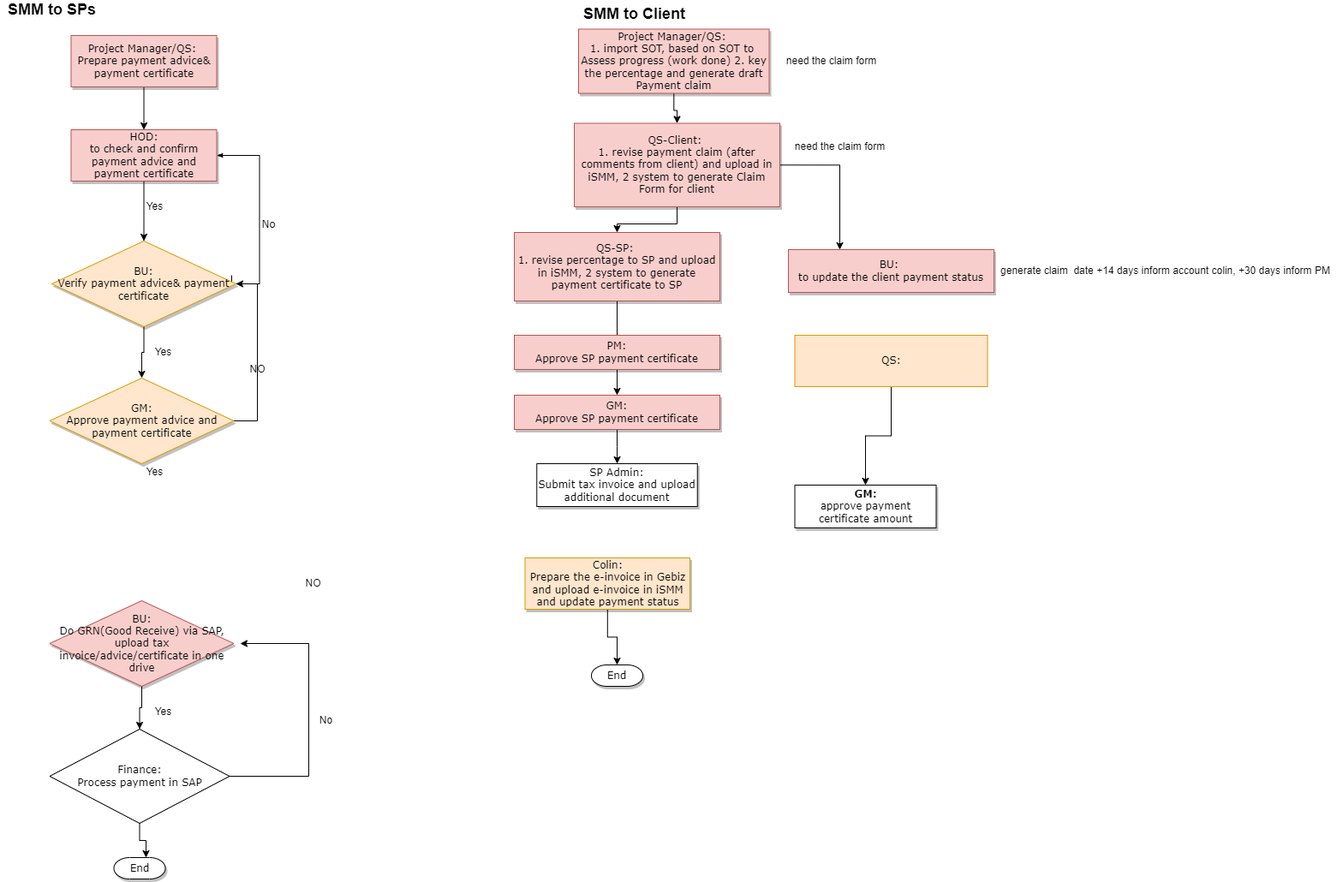
Before: Project Finance Flow.drawio.png, a diagram exported from draw.io (wenna0306/Temp-repo). Source tidied: cells renumbered, new cells last; positions are measured from the earlier drawing's top-left corner, leaving out a move shared by most shapes.
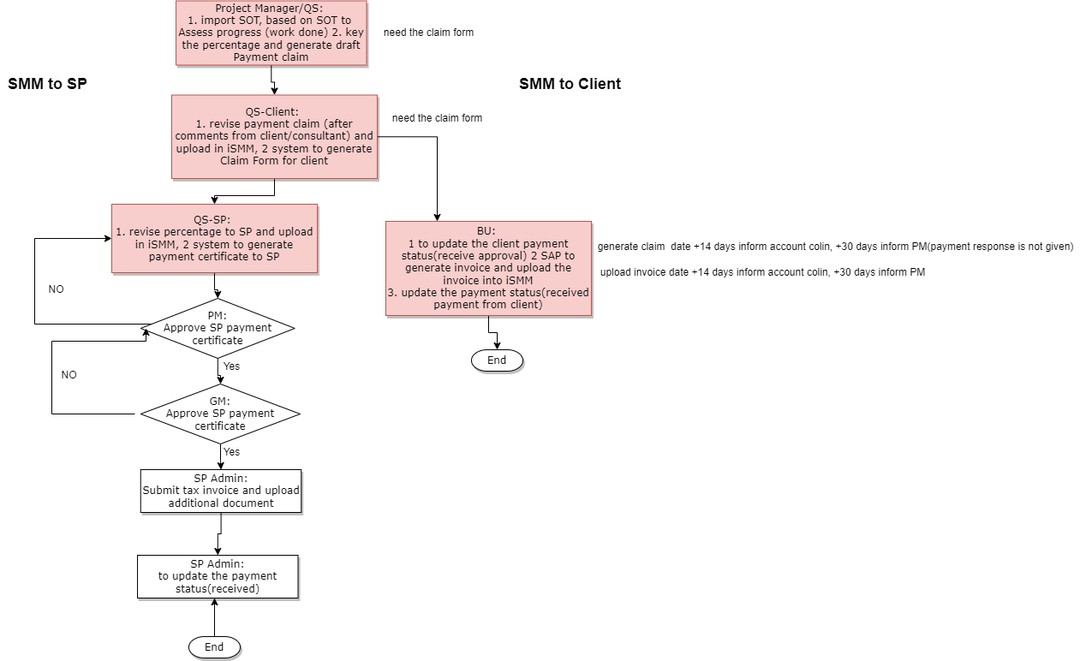
Later version of the same file.

The edit, as a diff of the source:
```diff
@@ -2,44 +2,14 @@
   <root>
     <mxCell id="0" />
     <mxCell id="1" parent="0" />
-    <mxCell id="2" style="edgeStyle=orthogonalEdgeStyle;rounded=0;jettySize=auto;html=1;fontSize=12;" parent="1" edge="1" source="3" target="11">
-      <mxGeometry relative="1" as="geometry" />
-    </mxCell>
-    <mxCell id="3" value="Project Manager/QS: &lt;br style=&quot;font-size: 12px;&quot;&gt;Prepare payment advice&amp;amp; payment certificate" style="rounded=0;whiteSpace=wrap;html=1;shadow=1;labelBackgroundColor=none;strokeWidth=1;fontFamily=Verdana;fontSize=12;align=center;fillColor=#f8cecc;strokeColor=#b85450;" parent="1" vertex="1">
-      <mxGeometry x="82.5" y="40" width="170" height="60" as="geometry" />
-    </mxCell>
-    <mxCell id="4" value="No" style="edgeStyle=orthogonalEdgeStyle;rounded=0;html=1;labelBackgroundColor=none;startSize=5;endArrow=classicThin;endFill=1;endSize=5;jettySize=auto;strokeWidth=1;fontFamily=Verdana;fontSize=12;entryX=1;entryY=0.5;entryDx=0;entryDy=0;" parent="1" edge="1" target="11">
-      <mxGeometry x="-0.08" y="-10" relative="1" as="geometry">
-        <mxPoint x="270" y="320" as="sourcePoint" />
-        <Array as="points">
-          <mxPoint x="302.5" y="330" />
-          <mxPoint x="302.5" y="180" />
-        </Array>
-      </mxGeometry>
-    </mxCell>
-    <mxCell id="5" style="edgeStyle=orthogonalEdgeStyle;rounded=0;jettySize=auto;html=1;" parent="1" edge="1" source="6" target="26">
-      <mxGeometry relative="1" as="geometry" />
-    </mxCell>
-    <mxCell id="6" value="BU:&lt;br style=&quot;font-size: 12px;&quot;&gt;Verify payment advice&amp;amp; payment certificate" style="rhombus;whiteSpace=wrap;html=1;rounded=0;shadow=1;labelBackgroundColor=none;strokeWidth=1;fontFamily=Verdana;fontSize=12;align=center;fillColor=#ffe6cc;strokeColor=#d79b00;" parent="1" vertex="1">
-      <mxGeometry x="60" y="280" width="215" height="100" as="geometry" />
-    </mxCell>
+    <mxCell id="47" style="edgeStyle=orthogonalEdgeStyle;rounded=0;jettySize=auto;html=1;" parent="1" edge="1" source="7" target="52">
+      <mxGeometry relative="1" as="geometry" />
+    </mxCell>
     <mxCell id="7" value="SP Admin:&lt;br style=&quot;font-size: 12px;&quot;&gt;Submit tax invoice and upload additional document" style="whiteSpace=wrap;html=1;rounded=0;shadow=1;labelBackgroundColor=none;strokeWidth=1;fontFamily=Verdana;fontSize=12;align=center;" parent="1" vertex="1">
-      <mxGeometry x="626.2" y="540" width="187.5" height="50" as="geometry" />
+      <mxGeometry x="633.8" y="580" width="187.5" height="50" as="geometry" />
     </mxCell>
-    <mxCell id="8" value="End" style="strokeWidth=1;html=1;shape=mxgraph.flowchart.terminator;whiteSpace=wrap;rounded=0;shadow=1;labelBackgroundColor=none;fontFamily=Verdana;fontSize=12;align=center;" parent="1" vertex="1">
-      <mxGeometry x="132.5" y="1000" width="60" height="25" as="geometry" />
-    </mxCell>
-    <mxCell id="9" value="&lt;font style=&quot;font-size: 18px;&quot;&gt;&lt;b&gt;SMM to SPs&lt;/b&gt;&lt;/font&gt;" style="text;html=1;align=center;verticalAlign=middle;strokeColor=none;fillColor=none;" parent="1" vertex="1">
-      <mxGeometry width="120" height="20" as="geometry" />
-    </mxCell>
-    <mxCell id="10" style="edgeStyle=orthogonalEdgeStyle;rounded=0;jettySize=auto;html=1;fontSize=12;" parent="1" edge="1" source="11" target="6">
-      <mxGeometry relative="1" as="geometry" />
-    </mxCell>
-    <mxCell id="11" value="HOD:&lt;br&gt;to check and confirm payment advice and payment certificate" style="rounded=0;whiteSpace=wrap;html=1;shadow=1;labelBackgroundColor=none;strokeWidth=1;fontFamily=Verdana;fontSize=12;align=center;fillColor=#f8cecc;strokeColor=#b85450;" parent="1" vertex="1">
-      <mxGeometry x="82.5" y="150" width="170" height="60" as="geometry" />
-    </mxCell>
     <mxCell id="12" value="&lt;font style=&quot;font-size: 18px;&quot;&gt;&lt;b&gt;SMM to Client&lt;/b&gt;&lt;/font&gt;" style="text;html=1;align=center;verticalAlign=middle;strokeColor=none;fillColor=none;" parent="1" vertex="1">
-      <mxGeometry x="675" y="5" width="130" height="20" as="geometry" />
+      <mxGeometry x="1070" y="120" width="130" height="20" as="geometry" />
     </mxCell>
     <mxCell id="13" style="edgeStyle=orthogonalEdgeStyle;rounded=0;jettySize=auto;html=1;" parent="1" edge="1" source="14" target="38">
       <mxGeometry relative="1" as="geometry" />
@@ -47,114 +17,98 @@
     <mxCell id="14" value="Project Manager/QS: &lt;br&gt;1. import SOT, based on SOT to&amp;nbsp;&lt;br style=&quot;font-size: 12px;&quot;&gt;Assess progress (work done) 2. key the percentage and generate draft Payment claim" style="rounded=0;whiteSpace=wrap;html=1;shadow=1;labelBackgroundColor=none;strokeWidth=1;fontFamily=Verdana;fontSize=12;align=center;fillColor=#f8cecc;strokeColor=#b85450;" parent="1" vertex="1">
       <mxGeometry x="675" y="32.5" width="222.5" height="75" as="geometry" />
     </mxCell>
-    <mxCell id="15" style="edgeStyle=orthogonalEdgeStyle;rounded=0;jettySize=auto;html=1;" parent="1" edge="1" source="16" target="17">
-      <mxGeometry relative="1" as="geometry" />
-    </mxCell>
-    <mxCell id="16" value="Colin:&lt;br style=&quot;font-size: 12px;&quot;&gt;Prepare the e-invoice in Gebiz and upload e-invoice in iSMM&lt;br&gt;and update payment status" style="whiteSpace=wrap;html=1;rounded=0;shadow=1;labelBackgroundColor=none;strokeWidth=1;fontFamily=Verdana;fontSize=12;align=center;fillColor=#ffe6cc;strokeColor=#d79b00;" parent="1" vertex="1">
-      <mxGeometry x="612.5" y="650" width="192.5" height="60" as="geometry" />
-    </mxCell>
+    <mxCell id="48" style="edgeStyle=orthogonalEdgeStyle;rounded=0;jettySize=auto;html=1;exitX=0.5;exitY=0;exitDx=0;exitDy=0;exitPerimeter=0;" parent="1" edge="1" source="17">
+      <mxGeometry relative="1" as="geometry">
+        <mxPoint x="720" y="730" as="targetPoint" />
+      </mxGeometry>
+    </mxCell>
     <mxCell id="17" value="End" style="strokeWidth=1;html=1;shape=mxgraph.flowchart.terminator;whiteSpace=wrap;rounded=0;shadow=1;labelBackgroundColor=none;fontFamily=Verdana;fontSize=12;align=center;" parent="1" vertex="1">
       <mxGeometry x="690" y="775" width="60" height="25" as="geometry" />
     </mxCell>
-    <mxCell id="18" style="edgeStyle=orthogonalEdgeStyle;rounded=0;jettySize=auto;html=1;" parent="1" edge="1" source="19" target="23">
-      <mxGeometry relative="1" as="geometry" />
-    </mxCell>
-    <mxCell id="19" value="&lt;font face=&quot;Verdana&quot;&gt;QS:&lt;br&gt;&lt;/font&gt;" style="rounded=0;whiteSpace=wrap;html=1;fontSize=12;fillColor=#ffe6cc;strokeColor=#d79b00;" parent="1" vertex="1">
-      <mxGeometry x="927.5" y="390" width="225" height="60" as="geometry" />
-    </mxCell>
-    <mxCell id="20" value="NO" style="text;html=1;align=center;verticalAlign=middle;strokeColor=none;fillColor=none;" parent="1" vertex="1">
-      <mxGeometry x="350" y="670" width="30" height="20" as="geometry" />
-    </mxCell>
-    <mxCell id="21" value="No" style="text;html=1;align=center;verticalAlign=middle;strokeColor=none;fillColor=none;" parent="1" vertex="1">
-      <mxGeometry x="365" y="830" width="30" height="20" as="geometry" />
-    </mxCell>
     <mxCell id="22" value="need the claim form" style="text;html=1;align=center;verticalAlign=middle;strokeColor=none;fillColor=none;" parent="1" vertex="1">
       <mxGeometry x="910" y="60" width="120" height="20" as="geometry" />
     </mxCell>
-    <mxCell id="23" value="GM:&lt;br&gt;&lt;span style=&quot;font-weight: normal;&quot;&gt;approve payment certificate amount&lt;/span&gt;" style="whiteSpace=wrap;html=1;rounded=0;shadow=1;labelBackgroundColor=none;strokeWidth=1;fontFamily=Verdana;fontSize=12;align=center;spacing=6;fontStyle=1;" parent="1" vertex="1">
-      <mxGeometry x="927.5" y="565" width="165" height="50" as="geometry" />
-    </mxCell>
-    <mxCell id="24" value="Yes" style="text;html=1;align=center;verticalAlign=middle;strokeColor=none;fillColor=none;" parent="1" vertex="1">
-      <mxGeometry x="170" y="400" width="40" height="20" as="geometry" />
-    </mxCell>
-    <mxCell id="25" style="edgeStyle=orthogonalEdgeStyle;rounded=0;jettySize=auto;html=1;entryX=1;entryY=0.5;entryDx=0;entryDy=0;" parent="1" edge="1" source="26" target="6">
-      <mxGeometry relative="1" as="geometry">
-        <Array as="points">
-          <mxPoint x="300" y="490" />
-          <mxPoint x="300" y="330" />
-        </Array>
-      </mxGeometry>
-    </mxCell>
-    <mxCell id="26" value="GM:&lt;br&gt;Approve payment advice and payment certificate" style="rhombus;whiteSpace=wrap;html=1;rounded=0;shadow=1;labelBackgroundColor=none;strokeWidth=1;fontFamily=Verdana;fontSize=12;align=center;fillColor=#ffe6cc;strokeColor=#d79b00;" parent="1" vertex="1">
-      <mxGeometry x="57.5" y="440" width="215" height="100" as="geometry" />
-    </mxCell>
-    <mxCell id="27" value="NO" style="text;html=1;align=center;verticalAlign=middle;strokeColor=none;fillColor=none;" parent="1" vertex="1">
-      <mxGeometry x="285" y="420" width="30" height="20" as="geometry" />
-    </mxCell>
-    <mxCell id="28" value="Yes" style="text;html=1;align=center;verticalAlign=middle;strokeColor=none;fillColor=none;" parent="1" vertex="1">
-      <mxGeometry x="160" y="540" width="40" height="20" as="geometry" />
-    </mxCell>
-    <mxCell id="29" value="BU:&lt;br&gt;Do GRN(Good Receive) via SAP, upload tax invoice/advice/certificate in one drive" style="rhombus;whiteSpace=wrap;html=1;rounded=0;shadow=1;labelBackgroundColor=none;strokeWidth=1;fontFamily=Verdana;fontSize=12;align=center;fillColor=#f8cecc;strokeColor=#b85450;" parent="1" vertex="1">
-      <mxGeometry x="57.5" y="700" width="215" height="100" as="geometry" />
-    </mxCell>
-    <mxCell id="30" style="edgeStyle=orthogonalEdgeStyle;rounded=0;jettySize=auto;html=1;exitX=0.5;exitY=1;exitDx=0;exitDy=0;" parent="1" edge="1" source="29" target="34">
-      <mxGeometry relative="1" as="geometry" />
-    </mxCell>
-    <mxCell id="31" value="Yes" style="text;html=1;align=center;verticalAlign=middle;strokeColor=none;fillColor=none;" parent="1" vertex="1">
-      <mxGeometry x="170" y="820" width="40" height="20" as="geometry" />
-    </mxCell>
-    <mxCell id="32" style="edgeStyle=orthogonalEdgeStyle;rounded=0;jettySize=auto;html=1;" parent="1" edge="1" source="34">
-      <mxGeometry relative="1" as="geometry">
-        <mxPoint x="280" y="750" as="targetPoint" />
-        <Array as="points">
-          <mxPoint x="360" y="905" />
-          <mxPoint x="360" y="750" />
-        </Array>
-      </mxGeometry>
-    </mxCell>
-    <mxCell id="33" style="edgeStyle=orthogonalEdgeStyle;rounded=0;jettySize=auto;html=1;" parent="1" edge="1" source="34">
-      <mxGeometry relative="1" as="geometry">
-        <mxPoint x="170" y="1000" as="targetPoint" />
-      </mxGeometry>
-    </mxCell>
-    <mxCell id="34" value="&lt;span style=&quot;font-family: Verdana;&quot;&gt;Finance:&lt;/span&gt;&lt;br style=&quot;font-family: Verdana;&quot;&gt;&lt;span style=&quot;font-family: Verdana;&quot;&gt;Process payment in SAP&lt;/span&gt;" style="rhombus;whiteSpace=wrap;html=1;" parent="1" vertex="1">
-      <mxGeometry x="57.5" y="850" width="210" height="110" as="geometry" />
-    </mxCell>
-    <mxCell id="35" value="Yes" style="text;html=1;align=center;verticalAlign=middle;strokeColor=none;fillColor=none;" parent="1" vertex="1">
-      <mxGeometry x="160" y="230" width="40" height="20" as="geometry" />
-    </mxCell>
     <mxCell id="36" style="edgeStyle=orthogonalEdgeStyle;rounded=0;jettySize=auto;html=1;exitX=1;exitY=0.5;exitDx=0;exitDy=0;entryX=0.25;entryY=0;entryDx=0;entryDy=0;" parent="1" edge="1" source="38" target="43">
       <mxGeometry relative="1" as="geometry" />
     </mxCell>
     <mxCell id="37" style="edgeStyle=orthogonalEdgeStyle;rounded=0;jettySize=auto;html=1;" parent="1" edge="1" source="38" target="40">
       <mxGeometry relative="1" as="geometry" />
     </mxCell>
-    <mxCell id="38" value="QS-Client: &lt;br&gt;1. revise payment claim (after comments from client) and upload in iSMM, 2 system to generate Claim Form for client" style="rounded=0;whiteSpace=wrap;html=1;shadow=1;labelBackgroundColor=none;strokeWidth=1;fontFamily=Verdana;fontSize=12;align=center;fillColor=#f8cecc;strokeColor=#b85450;" parent="1" vertex="1">
+    <mxCell id="38" value="QS-Client: &lt;br&gt;1. revise payment claim (after comments from client/consultant) and upload in iSMM, 2 system to generate Claim Form for client" style="rounded=0;whiteSpace=wrap;html=1;shadow=1;labelBackgroundColor=none;strokeWidth=1;fontFamily=Verdana;fontSize=12;align=center;fillColor=#f8cecc;strokeColor=#b85450;" parent="1" vertex="1">
       <mxGeometry x="670" y="142.5" width="240" height="97.5" as="geometry" />
     </mxCell>
-    <mxCell id="39" style="edgeStyle=orthogonalEdgeStyle;rounded=0;jettySize=auto;html=1;" parent="1" edge="1" source="40" target="46">
-      <mxGeometry relative="1" as="geometry" />
-    </mxCell>
+    <mxCell id="49" style="edgeStyle=orthogonalEdgeStyle;rounded=0;jettySize=auto;html=1;entryX=0.5;entryY=0;entryDx=0;entryDy=0;" parent="1" edge="1" source="40" target="41">
+      <mxGeometry relative="1" as="geometry" />
+    </mxCell>
     <mxCell id="40" value="QS-SP: &lt;br&gt;1. revise percentage to SP and upload in iSMM, 2 system to generate payment certificate to SP" style="rounded=0;whiteSpace=wrap;html=1;shadow=1;labelBackgroundColor=none;strokeWidth=1;fontFamily=Verdana;fontSize=12;align=center;fillColor=#f8cecc;strokeColor=#b85450;" parent="1" vertex="1">
       <mxGeometry x="600" y="270" width="240" height="80" as="geometry" />
     </mxCell>
-    <mxCell id="41" value="PM:&lt;br&gt;Approve SP payment certificate" style="rounded=0;whiteSpace=wrap;html=1;shadow=1;labelBackgroundColor=none;strokeWidth=1;fontFamily=Verdana;fontSize=12;align=center;fillColor=#f8cecc;strokeColor=#b85450;" parent="1" vertex="1">
-      <mxGeometry x="600" y="390" width="240" height="40" as="geometry" />
-    </mxCell>
-    <mxCell id="42" value="generate claim&amp;nbsp; date +14 days inform account colin, +30 days inform PM" style="text;html=1;align=center;verticalAlign=middle;strokeColor=none;fillColor=none;" parent="1" vertex="1">
-      <mxGeometry x="1160" y="305" width="400" height="20" as="geometry" />
+    <mxCell id="42" value="generate claim&amp;nbsp; date +14 days inform account colin, +30 days inform PM(payment response is not given)" style="text;html=1;align=center;verticalAlign=middle;strokeColor=none;fillColor=none;" parent="1" vertex="1">
+      <mxGeometry x="1160" y="310" width="570" height="20" as="geometry" />
     </mxCell>
+    <mxCell id="50" style="edgeStyle=orthogonalEdgeStyle;rounded=0;jettySize=auto;html=1;" parent="1" edge="1" source="43" target="8">
+      <mxGeometry relative="1" as="geometry" />
+    </mxCell>
-    <mxCell id="43" value="BU: &lt;br&gt;to update the client payment status" style="rounded=0;whiteSpace=wrap;html=1;shadow=1;labelBackgroundColor=none;strokeWidth=1;fontFamily=Verdana;fontSize=12;align=center;fillColor=#f8cecc;strokeColor=#b85450;" parent="1" vertex="1">
-      <mxGeometry x="920" y="290" width="240" height="50" as="geometry" />
+    <mxCell id="43" value="BU: &lt;br&gt;1 to update the client payment status(receive approval) 2 SAP to generate invoice and upload the invoice into iSMM&lt;br&gt;3. update the payment status(received payment from client)" style="rounded=0;whiteSpace=wrap;html=1;shadow=1;labelBackgroundColor=none;strokeWidth=1;fontFamily=Verdana;fontSize=12;align=center;fillColor=#f8cecc;strokeColor=#b85450;" parent="1" vertex="1">
+      <mxGeometry x="920" y="290" width="240" height="110" as="geometry" />
     </mxCell>
     <mxCell id="44" value="need the claim form" style="text;html=1;align=center;verticalAlign=middle;strokeColor=none;fillColor=none;" parent="1" vertex="1">
       <mxGeometry x="920" y="160" width="120" height="20" as="geometry" />
     </mxCell>
+    <mxCell id="51" value="upload invoice date +14 days inform account colin, +30 days inform PM" style="text;html=1;align=center;verticalAlign=middle;strokeColor=none;fillColor=none;" parent="1" vertex="1">
+      <mxGeometry x="1160" y="340" width="400" height="20" as="geometry" />
+    </mxCell>
+    <mxCell id="8" value="End" style="strokeWidth=1;html=1;shape=mxgraph.flowchart.terminator;whiteSpace=wrap;rounded=0;shadow=1;labelBackgroundColor=none;fontFamily=Verdana;fontSize=12;align=center;" parent="1" vertex="1">
+      <mxGeometry x="1020" y="440" width="60" height="25" as="geometry" />
+    </mxCell>
+    <mxCell id="52" value="SP Admin:&lt;br&gt;to update the payment status(received)" style="whiteSpace=wrap;html=1;rounded=0;shadow=1;labelBackgroundColor=none;strokeWidth=1;fontFamily=Verdana;fontSize=12;align=center;" parent="1" vertex="1">
+      <mxGeometry x="630" y="680" width="187.5" height="50" as="geometry" />
+    </mxCell>
+    <mxCell id="53" style="edgeStyle=orthogonalEdgeStyle;rounded=0;jettySize=auto;html=1;" parent="1" edge="1" source="41" target="46">
+      <mxGeometry relative="1" as="geometry" />
+    </mxCell>
+    <mxCell id="54" style="edgeStyle=orthogonalEdgeStyle;rounded=0;jettySize=auto;html=1;entryX=0;entryY=0.5;entryDx=0;entryDy=0;" parent="1" edge="1" source="41" target="40">
+      <mxGeometry relative="1" as="geometry">
+        <Array as="points">
+          <mxPoint x="510" y="410" />
+          <mxPoint x="510" y="310" />
+        </Array>
+      </mxGeometry>
+    </mxCell>
+    <mxCell id="41" value="&lt;span style=&quot;font-family: Verdana;&quot;&gt;PM:&lt;/span&gt;&lt;br style=&quot;font-family: Verdana;&quot;&gt;&lt;span style=&quot;font-family: Verdana;&quot;&gt;Approve SP payment certificate&lt;/span&gt;" style="rhombus;whiteSpace=wrap;html=1;" parent="1" vertex="1">
+      <mxGeometry x="633.8" y="380" width="180" height="70" as="geometry" />
+    </mxCell>
     <mxCell id="45" style="edgeStyle=orthogonalEdgeStyle;rounded=0;jettySize=auto;html=1;" parent="1" edge="1" source="46" target="7">
       <mxGeometry relative="1" as="geometry" />
     </mxCell>
+    <mxCell id="55" style="edgeStyle=orthogonalEdgeStyle;rounded=0;orthogonalLoop=1;jettySize=auto;html=1;" parent="1" edge="1">
+      <mxGeometry relative="1" as="geometry">
+        <mxPoint x="627" y="515" as="sourcePoint" />
+        <mxPoint x="640" y="415" as="targetPoint" />
+        <Array as="points">
+          <mxPoint x="530" y="515" />
+          <mxPoint x="530" y="430" />
+          <mxPoint x="640" y="430" />
+        </Array>
+      </mxGeometry>
+    </mxCell>
-    <mxCell id="46" value="GM:&lt;br&gt;Approve SP payment certificate" style="rounded=0;whiteSpace=wrap;html=1;shadow=1;labelBackgroundColor=none;strokeWidth=1;fontFamily=Verdana;fontSize=12;align=center;fillColor=#f8cecc;strokeColor=#b85450;" parent="1" vertex="1">
-      <mxGeometry x="600" y="460" width="240" height="40" as="geometry" />
+    <mxCell id="46" value="&lt;span style=&quot;font-family: Verdana;&quot;&gt;GM:&lt;/span&gt;&lt;br style=&quot;font-family: Verdana;&quot;&gt;&lt;span style=&quot;font-family: Verdana;&quot;&gt;Approve SP payment certificate&lt;/span&gt;" style="rhombus;whiteSpace=wrap;html=1;" parent="1" vertex="1">
+      <mxGeometry x="633.8" y="480" width="186.2" height="70" as="geometry" />
     </mxCell>
+    <mxCell id="56" value="Yes" style="text;html=1;align=center;verticalAlign=middle;strokeColor=none;fillColor=none;" parent="1" vertex="1">
+      <mxGeometry x="720" y="450" width="40" height="20" as="geometry" />
+    </mxCell>
+    <mxCell id="57" value="Yes" style="text;html=1;align=center;verticalAlign=middle;strokeColor=none;fillColor=none;" parent="1" vertex="1">
+      <mxGeometry x="720" y="550" width="40" height="20" as="geometry" />
+    </mxCell>
+    <mxCell id="58" value="NO" style="text;html=1;align=center;verticalAlign=middle;strokeColor=none;fillColor=none;" parent="1" vertex="1">
+      <mxGeometry x="520" y="360" width="30" height="20" as="geometry" />
+    </mxCell>
+    <mxCell id="59" value="NO" style="text;html=1;align=center;verticalAlign=middle;strokeColor=none;fillColor=none;" parent="1" vertex="1">
+      <mxGeometry x="535" y="460" width="30" height="20" as="geometry" />
+    </mxCell>
+    <mxCell id="60" value="&lt;font style=&quot;font-size: 18px;&quot;&gt;&lt;b&gt;SMM to SP&lt;/b&gt;&lt;/font&gt;" style="text;html=1;align=center;verticalAlign=middle;strokeColor=none;fillColor=none;" parent="1" vertex="1">
+      <mxGeometry x="470" y="120" width="110" height="20" as="geometry" />
+    </mxCell>
   </root>
 </mxGraphModel>
```
